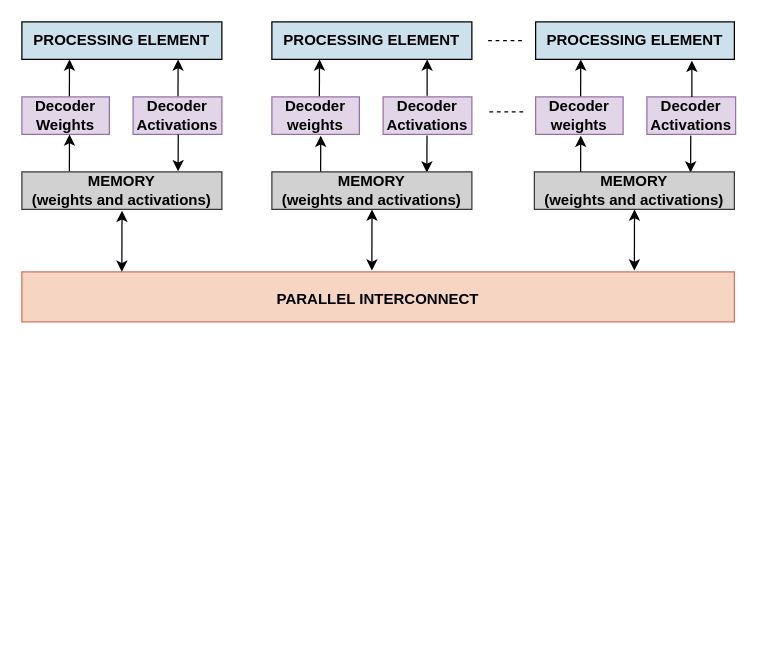
Before: High_level_archi.drawio in Nithyarajoman/Drawio-figures, a draw.io diagram. Source tidied: cells renumbered, new cells numbered last; positions are measured from the earlier drawing's top-left corner, leaving out a move shared by most shapes. Both pictures are drawn from the tidied source at 125%, with x=0, y=0 at pixel (21, 21).
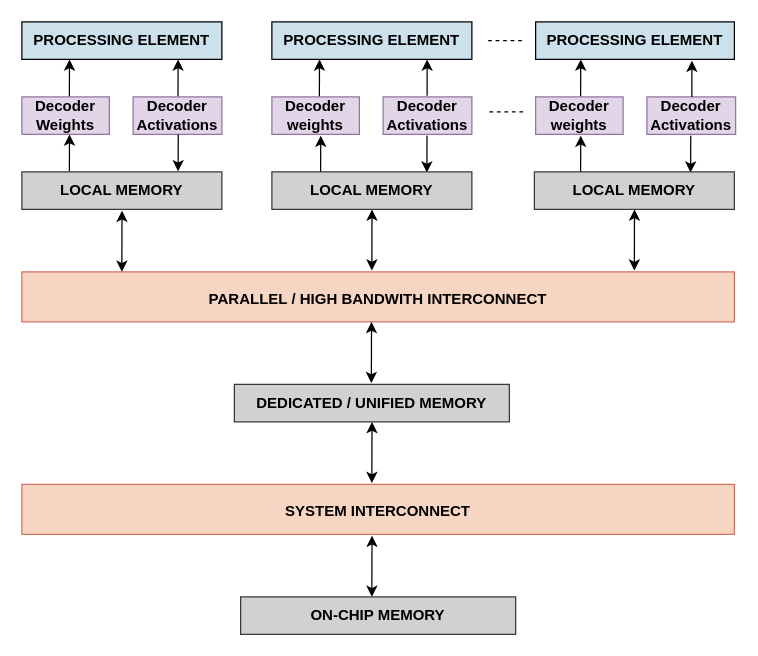
After the change.

Diff of the diagram source:
```diff
@@
-    <mxCell id="25" value="&lt;span style=&quot;font-size: 12px;&quot;&gt;&lt;b&gt;PARALLEL INTERCONNECT&lt;/b&gt;&lt;/span&gt;" style="rounded=0;whiteSpace=wrap;html=1;fillColor=#F6D6C2;strokeColor=#D47264;fontSize=15;" parent="1" vertex="1">
+    <mxCell id="25" value="&lt;span style=&quot;font-size: 12px;&quot;&gt;&lt;b&gt;PARALLEL / HIGH BANDWITH INTERCONNECT&lt;/b&gt;&lt;/span&gt;" style="rounded=0;whiteSpace=wrap;html=1;fillColor=#F6D6C2;strokeColor=#D47264;fontSize=15;" parent="1" vertex="1">
       <mxGeometry y="200" width="570" height="40" as="geometry" />
     </mxCell>
-    <mxCell id="26" value="&lt;b&gt;MEMORY&lt;/b&gt;&lt;div&gt;&lt;b&gt;(weights and activations)&lt;/b&gt;&lt;/div&gt;" style="whiteSpace=wrap;html=1;fillColor=light-dark(#d1d1d1, #202020);strokeColor=#36393d;" parent="1" vertex="1">
+    <mxCell id="26" value="&lt;b&gt;LOCAL MEMORY&lt;/b&gt;" style="whiteSpace=wrap;html=1;fillColor=light-dark(#d1d1d1, #202020);strokeColor=#36393d;" parent="1" vertex="1">
       <mxGeometry y="120" width="160" height="30" as="geometry" />
     </mxCell>
-    <mxCell id="27" value="&lt;b&gt;MEMORY&lt;/b&gt;&lt;div&gt;&lt;b&gt;(weights and activations)&lt;/b&gt;&lt;/div&gt;" style="whiteSpace=wrap;html=1;fillColor=light-dark(#d1d1d1, #202020);strokeColor=#36393d;" parent="1" vertex="1">
+    <mxCell id="27" value="&lt;b&gt;LOCAL MEMORY&lt;/b&gt;" style="whiteSpace=wrap;html=1;fillColor=light-dark(#d1d1d1, #202020);strokeColor=#36393d;" parent="1" vertex="1">
       <mxGeometry x="200" y="120" width="160" height="30" as="geometry" />
     </mxCell>
-    <mxCell id="28" value="&lt;b&gt;MEMORY&lt;/b&gt;&lt;div&gt;&lt;b&gt;(weights and activations)&lt;/b&gt;&lt;/div&gt;" style="whiteSpace=wrap;html=1;fillColor=light-dark(#d1d1d1, #202020);strokeColor=#36393d;" parent="1" vertex="1">
+    <mxCell id="28" value="&lt;b&gt;LOCAL MEMORY&lt;/b&gt;" style="whiteSpace=wrap;html=1;fillColor=light-dark(#d1d1d1, #202020);strokeColor=#36393d;" parent="1" vertex="1">
       <mxGeometry x="410" y="120" width="160" height="30" as="geometry" />
     </mxCell>
@@
+    <mxCell id="32" style="endArrow=classic;startArrow=classic;html=1;rounded=0;entryX=0.75;entryY=1;entryDx=0;entryDy=0;startFill=1;" parent="1" edge="1">
+      <mxGeometry relative="1" as="geometry">
+        <mxPoint x="279.6" y="289" as="sourcePoint" />
+        <mxPoint x="279.7" y="240" as="targetPoint" />
+      </mxGeometry>
+    </mxCell>
+    <mxCell id="33" value="&lt;b&gt;DEDICATED / UNIFIED MEMORY&lt;/b&gt;" style="whiteSpace=wrap;html=1;fillColor=light-dark(#d1d1d1, #202020);strokeColor=#36393d;" parent="1" vertex="1">
+      <mxGeometry x="170" y="290" width="220" height="30" as="geometry" />
+    </mxCell>
+    <mxCell id="34" style="endArrow=classic;startArrow=classic;html=1;rounded=0;entryX=0.75;entryY=1;entryDx=0;entryDy=0;startFill=1;" parent="1" edge="1">
+      <mxGeometry relative="1" as="geometry">
+        <mxPoint x="280" y="369" as="sourcePoint" />
+        <mxPoint x="280.1" y="320" as="targetPoint" />
+      </mxGeometry>
+    </mxCell>
+    <mxCell id="35" value="&lt;span style=&quot;font-size: 12px;&quot;&gt;&lt;b&gt;SYSTEM INTERCONNECT&lt;/b&gt;&lt;/span&gt;" style="rounded=0;whiteSpace=wrap;html=1;fillColor=#F6D6C2;strokeColor=#D47264;fontSize=15;" parent="1" vertex="1">
+      <mxGeometry y="370" width="570" height="40" as="geometry" />
+    </mxCell>
+    <mxCell id="36" style="endArrow=classic;startArrow=classic;html=1;rounded=0;entryX=0.75;entryY=1;entryDx=0;entryDy=0;startFill=1;" parent="1" edge="1">
+      <mxGeometry relative="1" as="geometry">
+        <mxPoint x="280" y="460" as="sourcePoint" />
+        <mxPoint x="280.1" y="411" as="targetPoint" />
+      </mxGeometry>
+    </mxCell>
+    <mxCell id="37" value="&lt;b&gt;ON-CHIP MEMORY&lt;/b&gt;" style="whiteSpace=wrap;html=1;fillColor=light-dark(#d1d1d1, #202020);strokeColor=#36393d;" parent="1" vertex="1">
+      <mxGeometry x="175" y="460" width="220" height="30" as="geometry" />
+    </mxCell>
```
